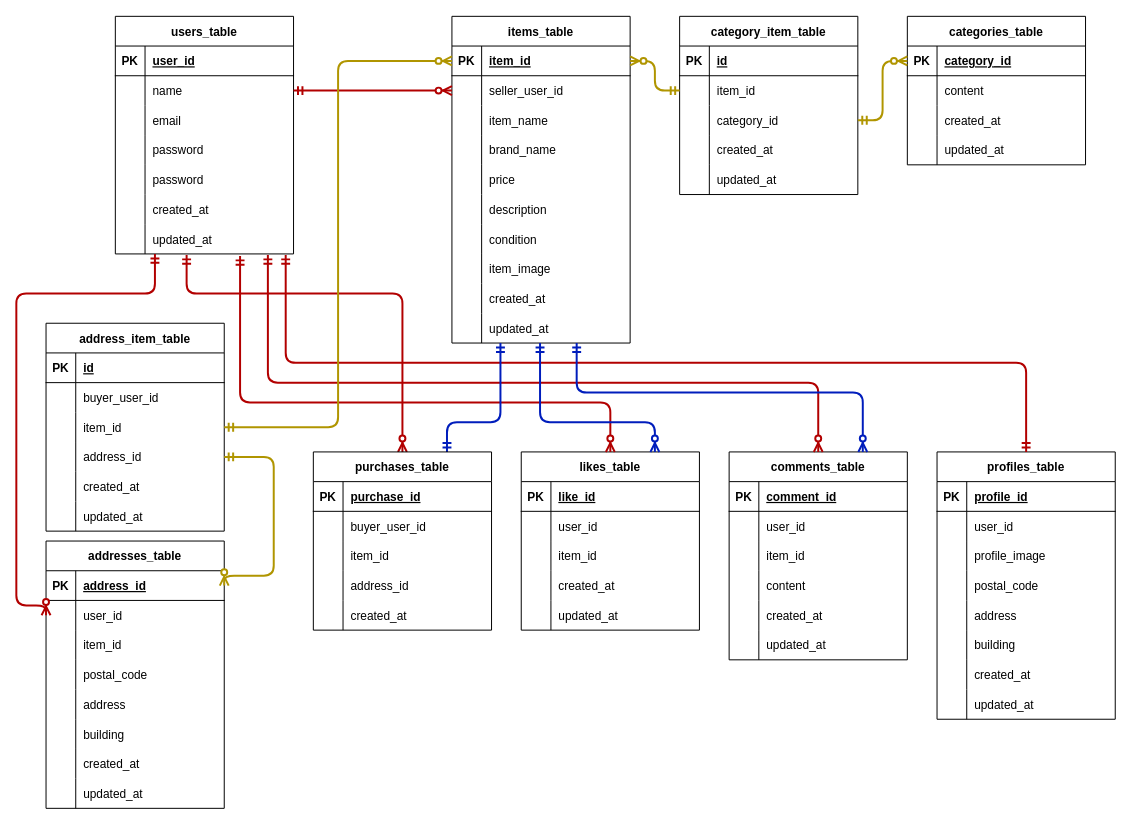
Above: er.drawio in risamatsumoto1104/pro-test (draw.io), before the change. Source tidied: cells renumbered, new cells numbered last; positions are measured from the earlier drawing's top-left corner, leaving out a move shared by most shapes. Both pictures are drawn from the tidied source at 99%, with x=0, y=0 at pixel (16, 16).
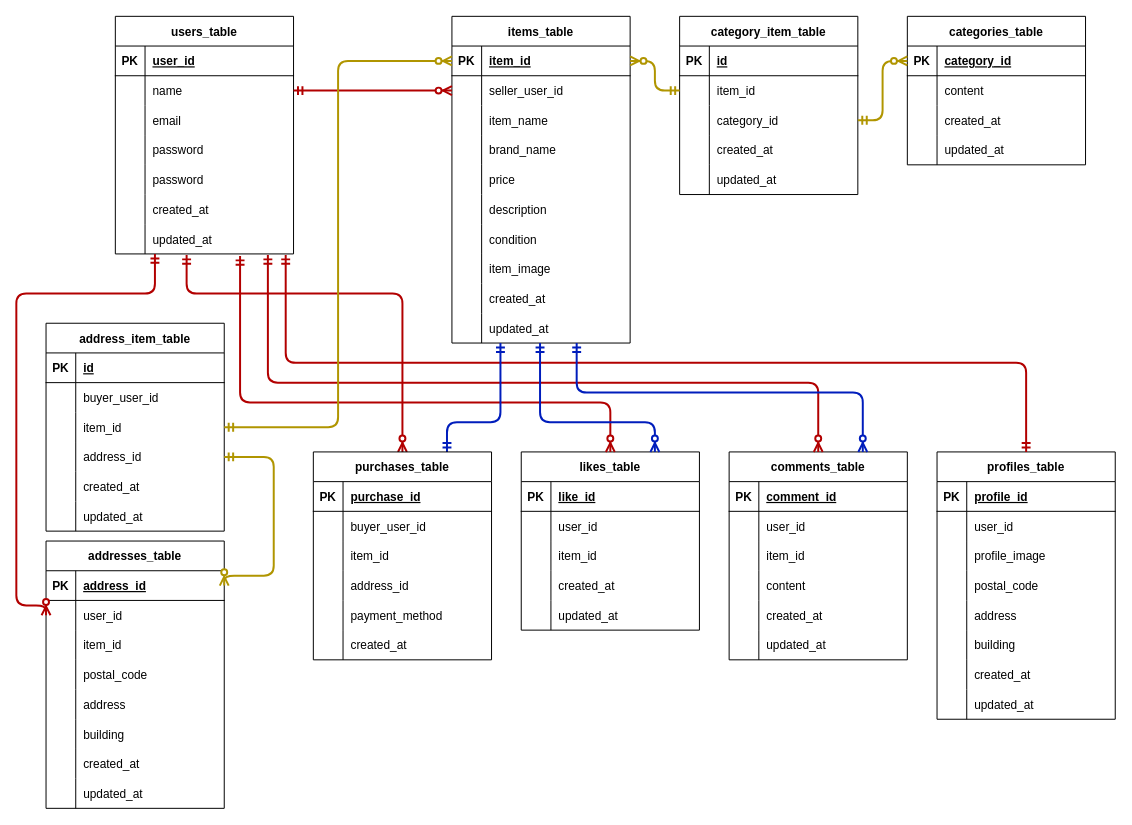
The same diagram, later.

Diff of the diagram source:
```diff
@@
     <mxCell id="196" value="purchases_table" style="shape=table;startSize=30;childLayout=tableLayout;rowLines=0;fontStyle=1;align=center;" parent="1" vertex="1">
-      <mxGeometry x="300" y="440" width="180" height="180" as="geometry" />
+      <mxGeometry x="300" y="440" width="180" height="210" as="geometry" />
     </mxCell>
@@
+    <mxCell id="217" style="shape=tableRow;horizontal=0;startSize=0;swimlaneHead=0;swimlaneBody=0;fillColor=none;top=0;left=0;right=0;bottom=0;" parent="196" vertex="1">
+      <mxGeometry y="150" width="180" height="30" as="geometry" />
+    </mxCell>
+    <mxCell id="218" style="shape=partialRectangle;fillColor=none;top=0;left=0;bottom=0;right=0;overflow=hidden;" parent="217" vertex="1">
+      <mxGeometry width="30" height="30" as="geometry" />
+    </mxCell>
+    <mxCell id="219" value="payment_method" style="shape=partialRectangle;fillColor=none;top=0;left=0;bottom=0;right=0;align=left;spacingLeft=6;overflow=hidden;" parent="217" vertex="1">
+      <mxGeometry x="30" width="150" height="30" as="geometry" />
+    </mxCell>
     <mxCell id="209" style="shape=tableRow;horizontal=0;startSize=0;swimlaneHead=0;swimlaneBody=0;fillColor=none;top=0;left=0;right=0;bottom=0;" parent="196" vertex="1">
-      <mxGeometry y="150" width="180" height="30" as="geometry" />
+      <mxGeometry y="180" width="180" height="30" as="geometry" />
     </mxCell>
```
